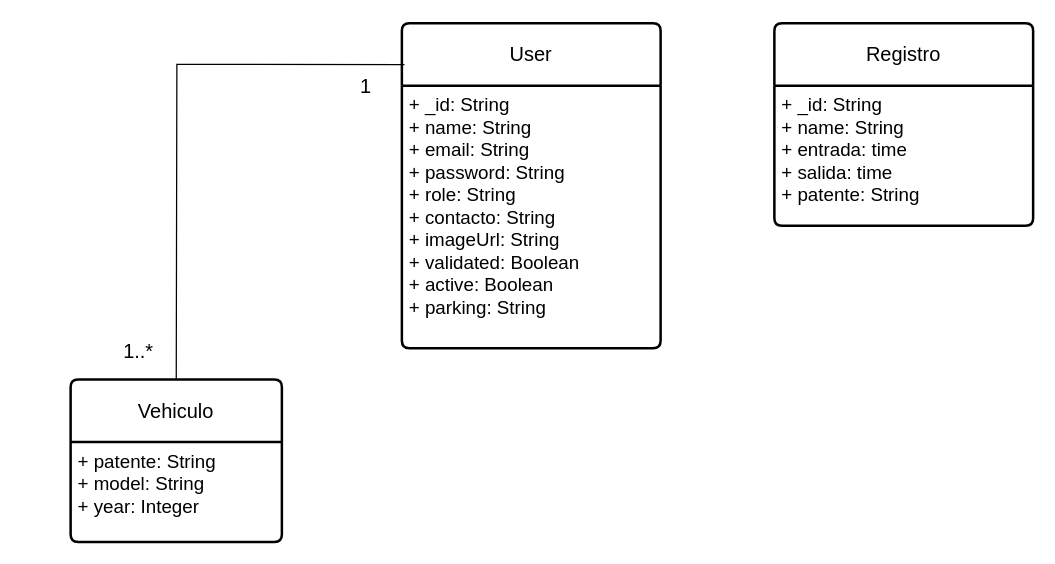
MrRevillod/SmartParking keeps this draw.io diagram as Diagramas/NoSQL.drawio. Above is the earlier version. Source tidied: cells renumbered, new cells numbered last; positions are measured from the earlier drawing's top-left corner, leaving out a move shared by most shapes. Both pictures are drawn from the tidied source at 125%, with x=0, y=0 at pixel (70, 22).
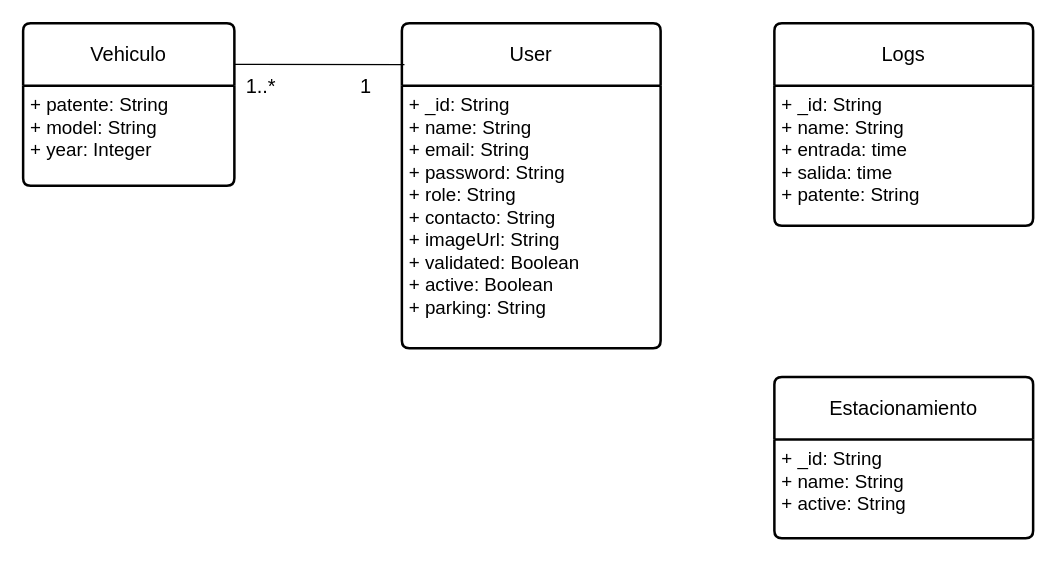
After the change.

Diff of the diagram source:
```diff
@@
 <mxGraphModel>
   <root>
     <mxCell id="0" />
     <mxCell id="1" parent="0" />
     <mxCell id="2" value="1" style="text;html=1;align=center;verticalAlign=middle;strokeColor=none;fillColor=none;fontSize=16;" parent="1" vertex="1">
       <mxGeometry x="222" y="34" width="27" height="31" as="geometry" />
     </mxCell>
     <mxCell id="3" value="1..*" style="text;html=1;align=center;verticalAlign=middle;strokeColor=none;fillColor=none;fontSize=16;" parent="1" vertex="1">
-      <mxGeometry x="33" y="246" width="41" height="31" as="geometry" />
+      <mxGeometry x="131" y="34" width="41" height="31" as="geometry" />
     </mxCell>
     <mxCell id="4" value="&lt;font style=&quot;font-size: 16px;&quot;&gt;User&lt;/font&gt;" style="swimlane;horizontal=1;startSize=50;rounded=1;fontSize=14;fontStyle=0;strokeWidth=2;shadow=0;dashed=0;align=center;arcSize=4;whiteSpace=wrap;html=1;" parent="1" vertex="1">
       <mxGeometry x="265" width="207" height="260" as="geometry" />
     </mxCell>
     <mxCell id="5" value="&lt;font style=&quot;font-size: 15px;&quot;&gt;+ _id: String&lt;br&gt;+ name: String&lt;br&gt;+ email: String&lt;br&gt;+ password: String&lt;br&gt;+ role: String&lt;br&gt;+ contacto: String&lt;br&gt;+ imageUrl: String&lt;br&gt;+ validated: Boolean&lt;br&gt;+ active: Boolean&lt;br&gt;+ parking: String&lt;br&gt;&lt;/font&gt;" style="align=left;strokeColor=none;fillColor=none;spacingLeft=4;fontSize=12;verticalAlign=top;html=1;" parent="4" vertex="1">
       <mxGeometry y="50" width="207" height="210" as="geometry" />
     </mxCell>
     <mxCell id="6" style="edgeStyle=none;rounded=0;jettySize=auto;html=1;exitX=0.5;exitY=0;exitDx=0;exitDy=0;entryX=0.01;entryY=0.128;entryDx=0;entryDy=0;entryPerimeter=0;fontSize=12;startSize=8;endSize=8;endArrow=none;endFill=0;" parent="1" edge="1" source="7" target="4">
       <mxGeometry relative="1" as="geometry">
         <Array as="points">
           <mxPoint x="85" y="33" />
         </Array>
       </mxGeometry>
     </mxCell>
     <mxCell id="7" value="&lt;font style=&quot;font-size: 16px;&quot;&gt;Vehiculo&lt;/font&gt;" style="swimlane;horizontal=1;startSize=50;rounded=1;fontSize=14;fontStyle=0;strokeWidth=2;shadow=0;dashed=0;align=center;arcSize=4;whiteSpace=wrap;html=1;" parent="1" vertex="1">
-      <mxGeometry y="285" width="169" height="130" as="geometry" />
+      <mxGeometry x="-38" width="169" height="130" as="geometry" />
     </mxCell>
     <mxCell id="8" value="&lt;font style=&quot;font-size: 15px;&quot;&gt;+ patente: String&lt;br&gt;+ model: String&lt;br&gt;+ year: Integer&lt;br&gt;&lt;/font&gt;" style="align=left;strokeColor=none;fillColor=none;spacingLeft=4;fontSize=12;verticalAlign=top;html=1;" parent="7" vertex="1">
       <mxGeometry y="50" width="169" height="80" as="geometry" />
     </mxCell>
-    <mxCell id="9" value="&lt;font style=&quot;font-size: 16px;&quot;&gt;Registro&lt;/font&gt;" style="swimlane;horizontal=1;startSize=50;rounded=1;fontSize=14;fontStyle=0;strokeWidth=2;shadow=0;dashed=0;align=center;arcSize=4;whiteSpace=wrap;html=1;" parent="1" vertex="1">
+    <mxCell id="9" value="&lt;span style=&quot;font-size: 16px;&quot;&gt;Logs&lt;/span&gt;" style="swimlane;horizontal=1;startSize=50;rounded=1;fontSize=14;fontStyle=0;strokeWidth=2;shadow=0;dashed=0;align=center;arcSize=4;whiteSpace=wrap;html=1;" parent="1" vertex="1">
       <mxGeometry x="563" width="207" height="162" as="geometry" />
     </mxCell>
     <mxCell id="10" value="&lt;font style=&quot;font-size: 15px;&quot;&gt;+ _id: String&lt;br&gt;+ name: String&lt;br&gt;+ entrada: time&lt;br&gt;+ salida: time&lt;br&gt;+ patente: String&lt;br&gt;&lt;br&gt;&lt;/font&gt;" style="align=left;strokeColor=none;fillColor=none;spacingLeft=4;fontSize=12;verticalAlign=top;html=1;" parent="9" vertex="1">
       <mxGeometry y="50" width="207" height="112" as="geometry" />
     </mxCell>
+    <mxCell id="11" value="&lt;span style=&quot;font-size: 16px;&quot;&gt;Estacionamiento&lt;/span&gt;" style="swimlane;horizontal=1;startSize=50;rounded=1;fontSize=14;fontStyle=0;strokeWidth=2;shadow=0;dashed=0;align=center;arcSize=4;whiteSpace=wrap;html=1;" parent="1" vertex="1">
+      <mxGeometry x="563" y="283" width="207" height="129" as="geometry" />
+    </mxCell>
+    <mxCell id="12" value="&lt;font style=&quot;font-size: 15px;&quot;&gt;+ _id: String&lt;br&gt;+ name: String&lt;br&gt;+ active: String&lt;br&gt;&lt;br&gt;&lt;/font&gt;" style="align=left;strokeColor=none;fillColor=none;spacingLeft=4;fontSize=12;verticalAlign=top;html=1;" parent="11" vertex="1">
+      <mxGeometry y="50" width="207" height="79" as="geometry" />
+    </mxCell>
   </root>
 </mxGraphModel>
```
